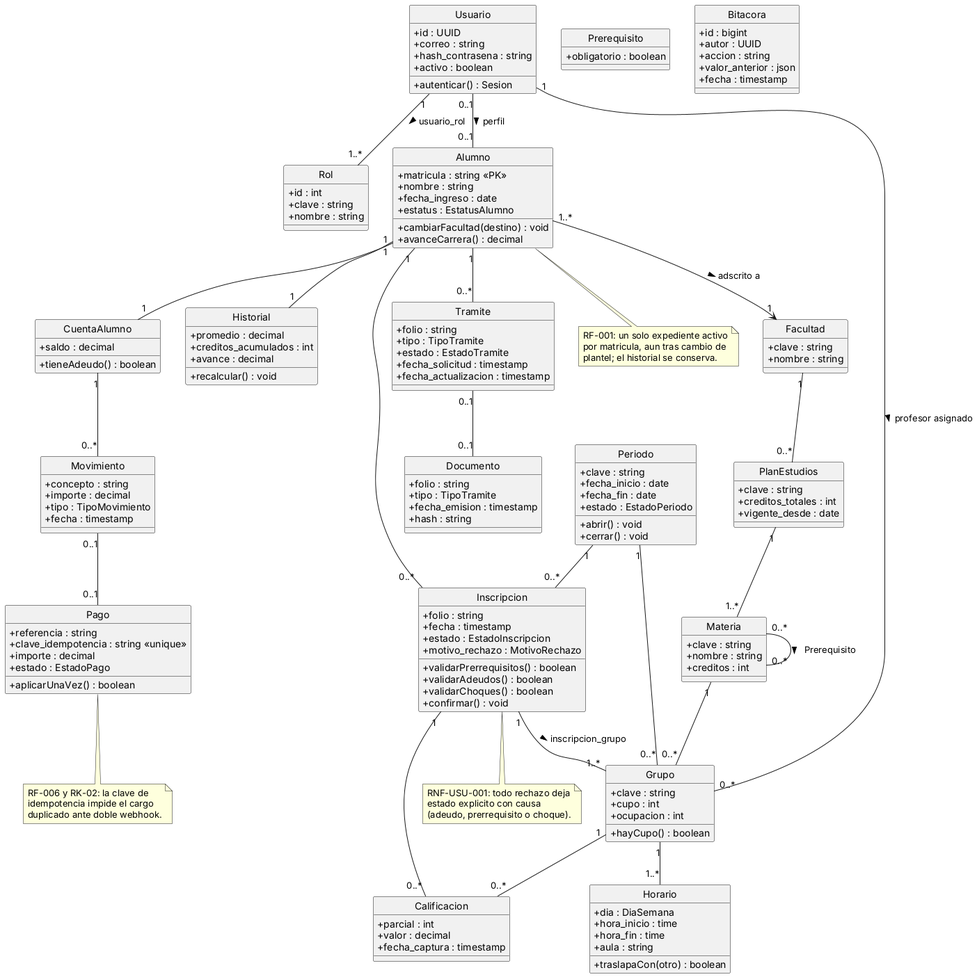
Earlier version of the PlantUML export docs/arquitectura/render/fig03-clases-dominio.png (fjmp-dev/sce-control-escolar).
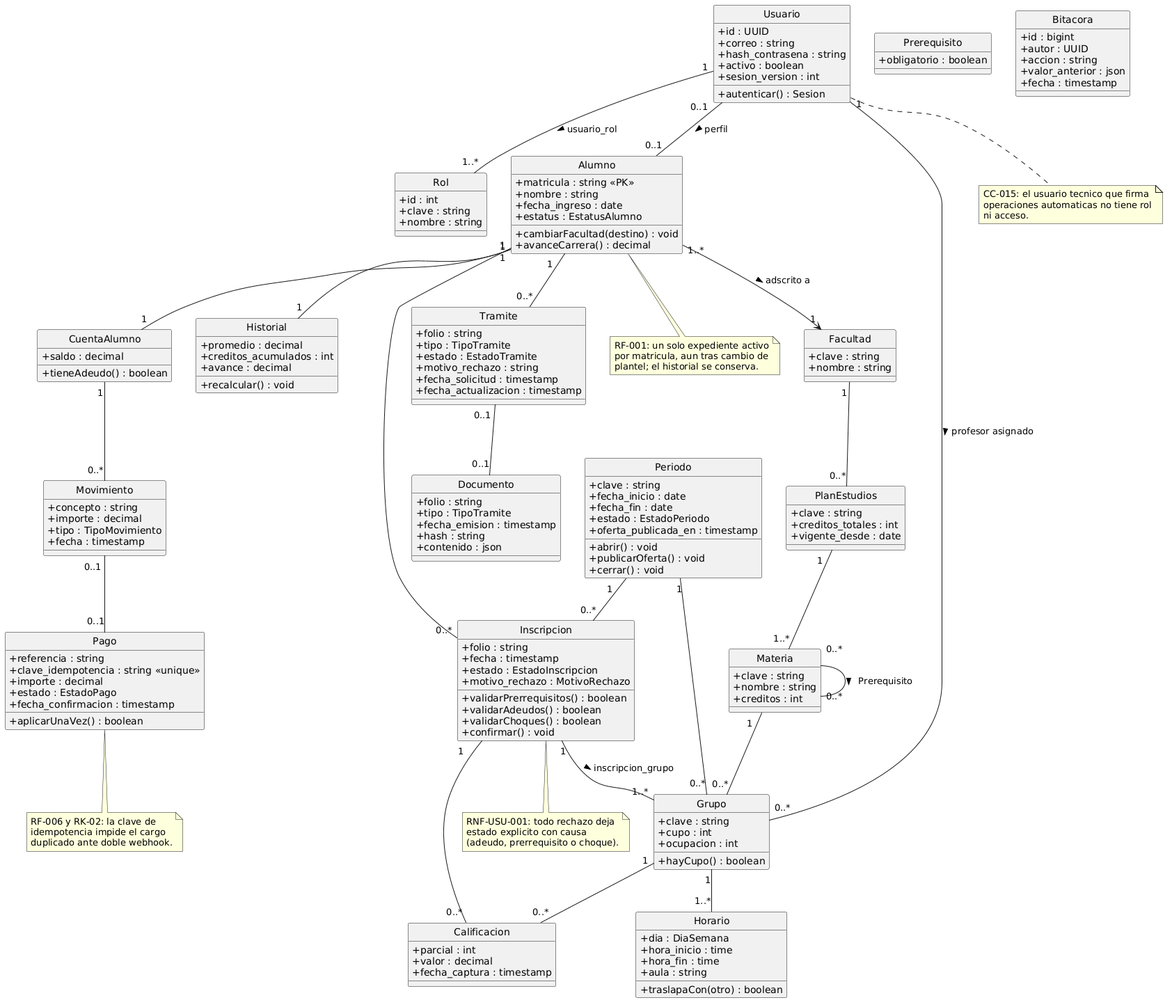
The same diagram one commit later.

Change to the diagram source:
```diff
@@ -8,6 +8,7 @@
   + correo : string
   + hash_contrasena : string
   + activo : boolean
+  + sesion_version : int
   + autenticar() : Sesion
 }
 
@@ -52,7 +53,9 @@
   + fecha_inicio : date
   + fecha_fin : date
   + estado : EstadoPeriodo
+  + oferta_publicada_en : timestamp
   + abrir() : void
+  + publicarOferta() : void
   + cerrar() : void
 }
 
@@ -112,6 +115,7 @@
   + clave_idempotencia : string <<unique>>
   + importe : decimal
   + estado : EstadoPago
+  + fecha_confirmacion : timestamp
   + aplicarUnaVez() : boolean
 }
 
@@ -119,6 +123,7 @@
   + folio : string
   + tipo : TipoTramite
   + estado : EstadoTramite
+  + motivo_rechazo : string
   + fecha_solicitud : timestamp
   + fecha_actualizacion : timestamp
 }
@@ -128,6 +133,7 @@
   + tipo : TipoTramite
   + fecha_emision : timestamp
   + hash : string
+  + contenido : json
 }
 
 class Bitacora {
@@ -160,6 +166,12 @@
 Alumno "1" -- "0..*" Tramite
 Tramite "0..1" -- "0..1" Documento
 
+note bottom of Usuario
+  CC-015: el usuario tecnico que firma
+  operaciones automaticas no tiene rol
+  ni acceso.
+end note
+
 note bottom of Alumno
   RF-001: un solo expediente activo
   por matricula, aun tras cambio de
```
